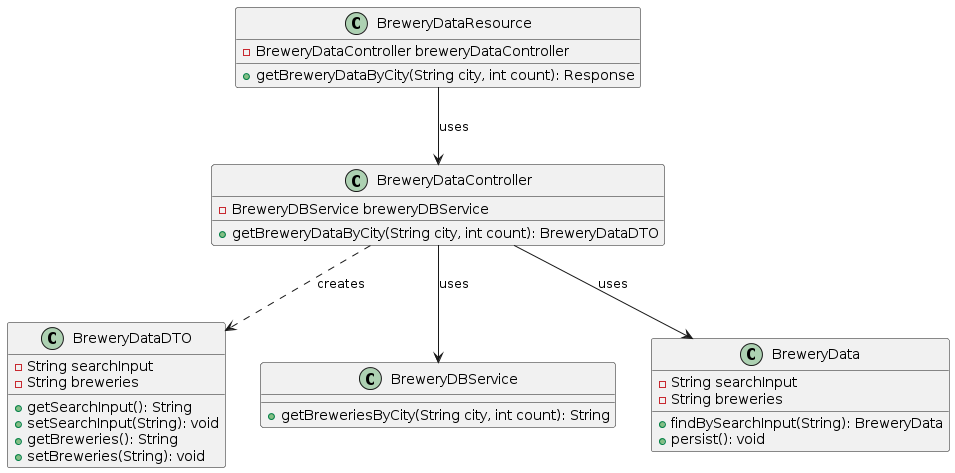
Before: doc/images/UMLDiagramm.png, a diagram exported from PlantUML (Okanx68/sqs-project). Its diagram source:
```plantuml
@startuml
class BreweryDataDTO {
  -String searchInput
  -String breweries
  +getSearchInput(): String
  +setSearchInput(String): void
  +getBreweries(): String
  +setBreweries(String): void
}

class BreweryDataController {
  -BreweryDBService breweryDBService
  +getBreweryDataByCity(String city, int count): BreweryDataDTO
}

class BreweryDBService {
  +getBreweriesByCity(String city, int count): String
}

class BreweryDataResource {
  -BreweryDataController breweryDataController
  +getBreweryDataByCity(String city, int count): Response
}

class BreweryData {
  -String searchInput
  -String breweries
  +findBySearchInput(String): BreweryData
  +persist(): void
}

BreweryDataController --> BreweryDBService: uses
BreweryDataResource --> BreweryDataController: uses
BreweryDataController ..> BreweryDataDTO: creates
BreweryDataController --> BreweryData: uses
@enduml
```
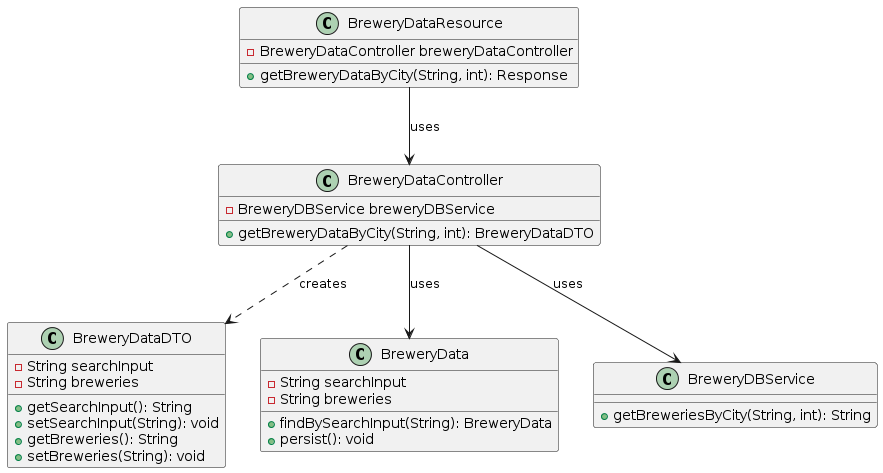
The same file after the commit.

Commit message:
add uml diagram

What changed in the source:
```diff
@@ -8,20 +8,6 @@
   +setBreweries(String): void
 }
 
-class BreweryDataController {
-  -BreweryDBService breweryDBService
-  +getBreweryDataByCity(String city, int count): BreweryDataDTO
-}
-
-class BreweryDBService {
-  +getBreweriesByCity(String city, int count): String
-}
-
-class BreweryDataResource {
-  -BreweryDataController breweryDataController
-  +getBreweryDataByCity(String city, int count): Response
-}
-
 class BreweryData {
   -String searchInput
   -String breweries
@@ -29,8 +15,22 @@
   +persist(): void
 }
 
+class BreweryDBService {
+  +getBreweriesByCity(String, int): String
+}
+
+class BreweryDataController {
+  -BreweryDBService breweryDBService
+  +getBreweryDataByCity(String, int): BreweryDataDTO
+}
+
+class BreweryDataResource {
+  -BreweryDataController breweryDataController
+  +getBreweryDataByCity(String, int): Response
+}
+
 BreweryDataController --> BreweryDBService: uses
+BreweryDataController --> BreweryData: uses
+BreweryDataController ..> BreweryDataDTO: creates
 BreweryDataResource --> BreweryDataController: uses
-BreweryDataController ..> BreweryDataDTO: creates
-BreweryDataController --> BreweryData: uses
 @enduml
```
